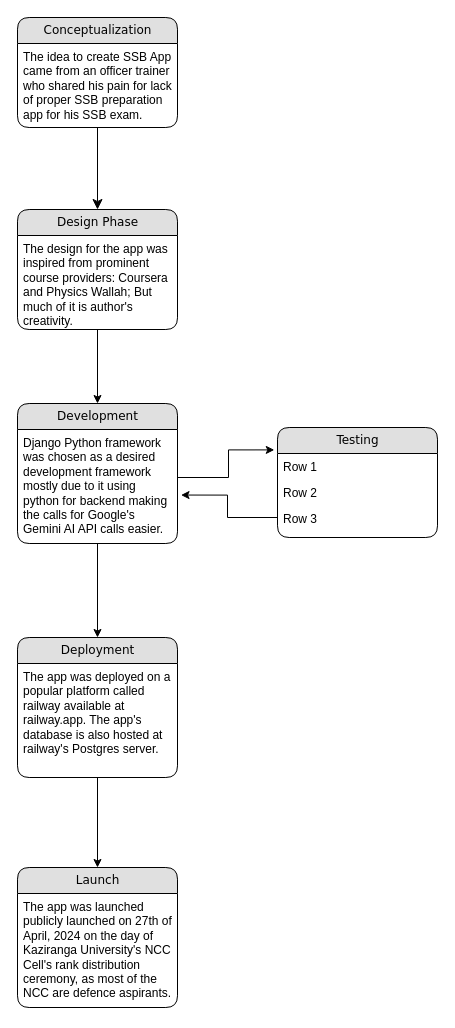
Before: Untitled Diagram.drawio in SAGAR-TAMANG/research-ssb.feynmanpi.com, a draw.io diagram. Source tidied: cells renumbered, new cells numbered last; positions are measured from the earlier drawing's top-left corner, leaving out a move shared by most shapes. Both pictures are drawn from the tidied source at 100%, with x=0, y=0 at pixel (17, 17).
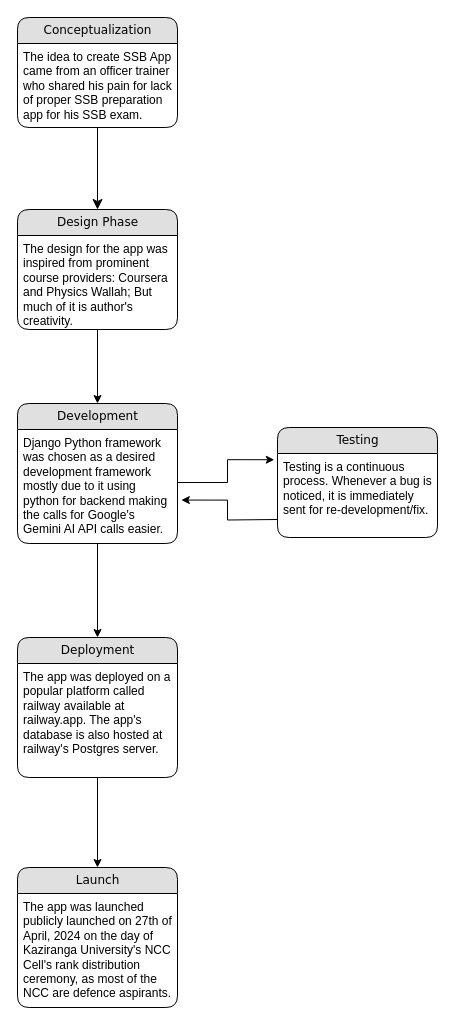
The same page after the edit.

Unchanged cells that the change refers to:
```xml
<mxCell id="9" value="Django Python framework was chosen as a desired development framework mostly due to it using python for backend making the calls for Google's Gemini AI API calls easier.&amp;nbsp;" style="text;html=1;strokeColor=none;fillColor=none;spacingLeft=4;spacingRight=4;whiteSpace=wrap;overflow=hidden;points=[[0,0.5],[1,0.5]];portConstraint=eastwest;" parent="8" vertex="1">
  <mxGeometry y="26" width="160" height="114" as="geometry" />
</mxCell>
<mxCell id="11" value="Testing" style="swimlane;html=1;fontStyle=0;horizontal=1;startSize=26;fillColor=#e0e0e0;swimlaneFillColor=#ffffff;align=center;rounded=1;shadow=0;comic=0;labelBackgroundColor=none;strokeWidth=1;fontFamily=Verdana;fontSize=12;" parent="1" vertex="1">
  <mxGeometry x="260" y="410" width="160" height="110" as="geometry" />
</mxCell>
```

The edit, as a diff of the source:
```diff
@@
-    <mxCell id="12" value="Row 1" style="text;html=1;strokeColor=none;fillColor=none;spacingLeft=4;spacingRight=4;whiteSpace=wrap;overflow=hidden;points=[[0,0.5],[1,0.5]];portConstraint=eastwest;" parent="11" vertex="1">
-      <mxGeometry y="26" width="160" height="26" as="geometry" />
+    <mxCell id="12" value="Testing is a continuous process. Whenever a bug is noticed, it is immediately sent for re-development/fix." style="text;html=1;strokeColor=none;fillColor=none;spacingLeft=4;spacingRight=4;whiteSpace=wrap;overflow=hidden;points=[[0,0.5],[1,0.5]];portConstraint=eastwest;" parent="11" vertex="1">
+      <mxGeometry y="26" width="160" height="84" as="geometry" />
     </mxCell>
-    <mxCell id="13" value="Row 2" style="text;html=1;strokeColor=none;fillColor=none;spacingLeft=4;spacingRight=4;whiteSpace=wrap;overflow=hidden;" parent="11" vertex="1">
-      <mxGeometry y="52" width="160" height="26" as="geometry" />
-    </mxCell>
-    <mxCell id="14" value="Row 3" style="text;html=1;strokeColor=none;fillColor=none;spacingLeft=4;spacingRight=4;whiteSpace=wrap;overflow=hidden;points=[[0,0.5],[1,0.5]];portConstraint=eastwest;" parent="11" vertex="1">
-      <mxGeometry y="78" width="160" height="26" as="geometry" />
-    </mxCell>
@@
-    <mxCell id="20" style="edgeStyle=orthogonalEdgeStyle;rounded=0;jettySize=auto;html=1;exitX=1;exitY=0.5;exitDx=0;exitDy=0;entryX=-0.02;entryY=-0.138;entryDx=0;entryDy=0;entryPerimeter=0;" parent="1" edge="1" target="12">
-      <mxGeometry relative="1" as="geometry">
-        <mxPoint x="160" y="451" as="sourcePoint" />
-        <Array as="points">
-          <mxPoint x="160" y="460" />
-          <mxPoint x="211" y="460" />
-          <mxPoint x="211" y="432" />
-        </Array>
-      </mxGeometry>
-    </mxCell>
-    <mxCell id="21" style="edgeStyle=orthogonalEdgeStyle;rounded=0;jettySize=auto;html=1;entryX=1.022;entryY=0.575;entryDx=0;entryDy=0;entryPerimeter=0;" parent="1" edge="1" source="14" target="9">
-      <mxGeometry relative="1" as="geometry">
-        <Array as="points">
-          <mxPoint x="210" y="500" />
-          <mxPoint x="210" y="478" />
-        </Array>
-      </mxGeometry>
-    </mxCell>
+    <mxCell id="22" style="edgeStyle=orthogonalEdgeStyle;rounded=0;jettySize=auto;html=1;entryX=-0.02;entryY=0.074;entryDx=0;entryDy=0;entryPerimeter=0;" parent="1" edge="1" source="9" target="12">
+      <mxGeometry relative="1" as="geometry">
+        <Array as="points">
+          <mxPoint x="210" y="465" />
+          <mxPoint x="210" y="442" />
+        </Array>
+      </mxGeometry>
+    </mxCell>
+    <mxCell id="23" style="edgeStyle=orthogonalEdgeStyle;rounded=0;jettySize=auto;html=1;entryX=1.024;entryY=0.619;entryDx=0;entryDy=0;entryPerimeter=0;" parent="1" edge="1" target="9">
+      <mxGeometry relative="1" as="geometry">
+        <mxPoint x="260" y="502" as="sourcePoint" />
+      </mxGeometry>
+    </mxCell>
```
